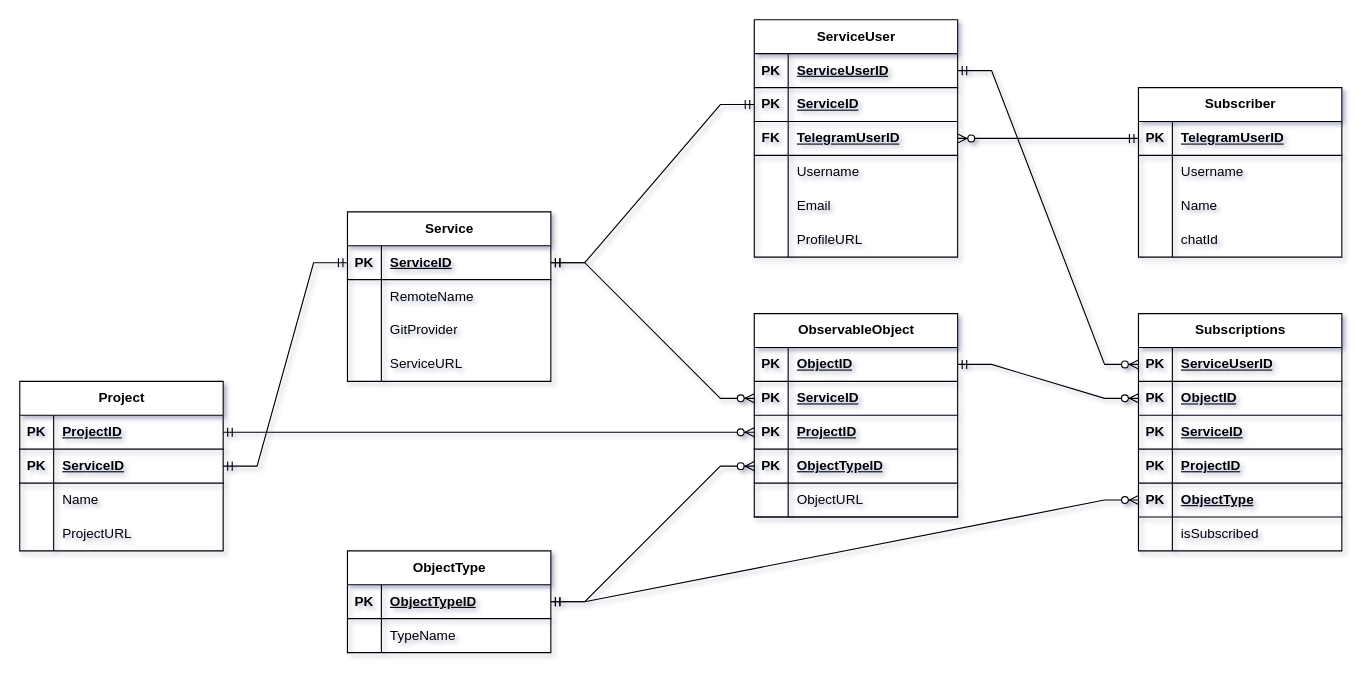
The draw.io diagram artifacts/ER-diagram.drawio in mosoveru/blamebot, before the edit. Source tidied: cells renumbered, new cells numbered last; positions are measured from the earlier drawing's top-left corner, leaving out a move shared by most shapes. Both pictures are drawn from the tidied source at 113%, with x=0, y=0 at pixel (19, 19).
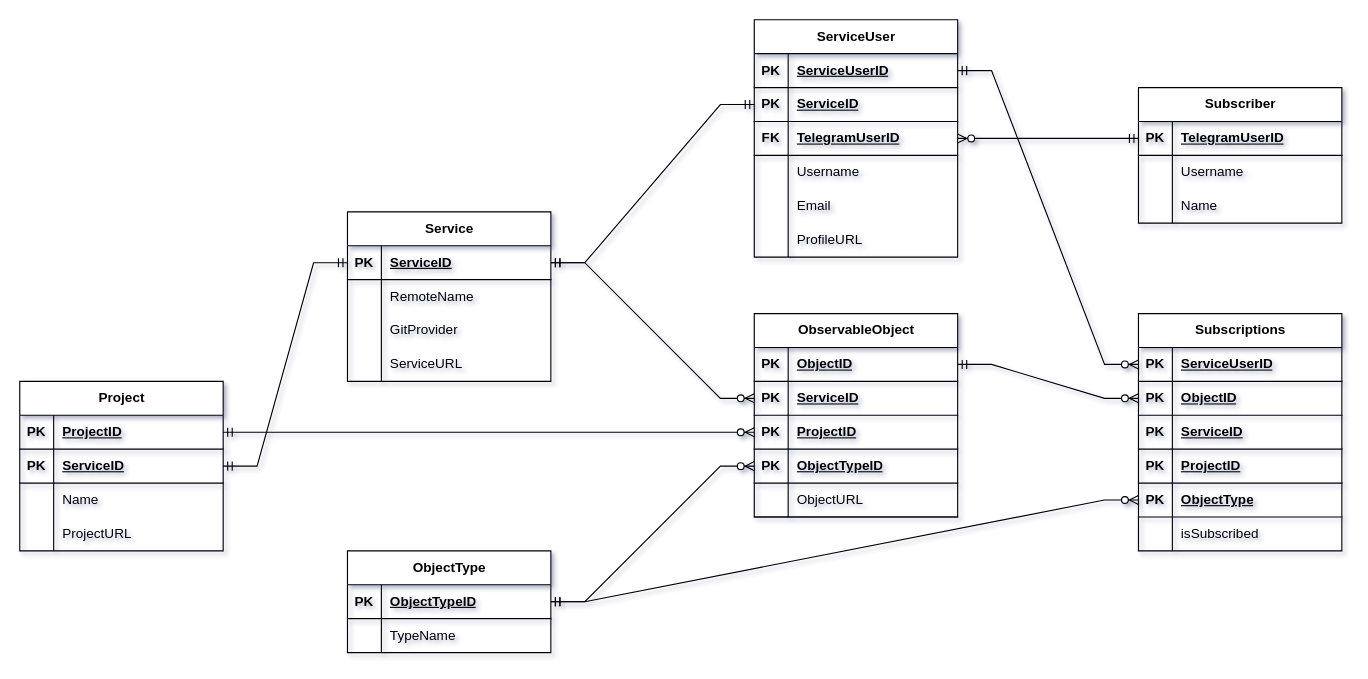
After the change.

The edit, as a diff of the source:
```diff
@@
     <mxCell id="15" value="Subscriber" style="shape=table;startSize=30;childLayout=tableLayout;rowLines=0;fontStyle=1;align=center;html=1;" parent="1" vertex="1">
-      <mxGeometry x="990" y="60" width="180" height="150" as="geometry" />
+      <mxGeometry x="990" y="60" width="180" height="120" as="geometry" />
     </mxCell>
@@
-    <mxCell id="25" style="shape=tableRow;horizontal=0;startSize=0;swimlaneHead=0;swimlaneBody=0;fillColor=none;top=0;left=0;right=0;bottom=0;" parent="15" vertex="1">
-      <mxGeometry y="120" width="180" height="30" as="geometry" />
-    </mxCell>
-    <mxCell id="26" style="shape=partialRectangle;fillColor=none;top=0;left=0;bottom=0;right=0;overflow=hidden;whiteSpace=wrap;html=1;" parent="25" vertex="1">
-      <mxGeometry width="30" height="30" as="geometry" />
-    </mxCell>
-    <mxCell id="27" value="chatId" style="shape=partialRectangle;fillColor=none;top=0;left=0;bottom=0;right=0;align=left;spacingLeft=6;overflow=hidden;whiteSpace=wrap;html=1;" parent="25" vertex="1">
-      <mxGeometry x="30" width="150" height="30" as="geometry" />
-    </mxCell>
```
